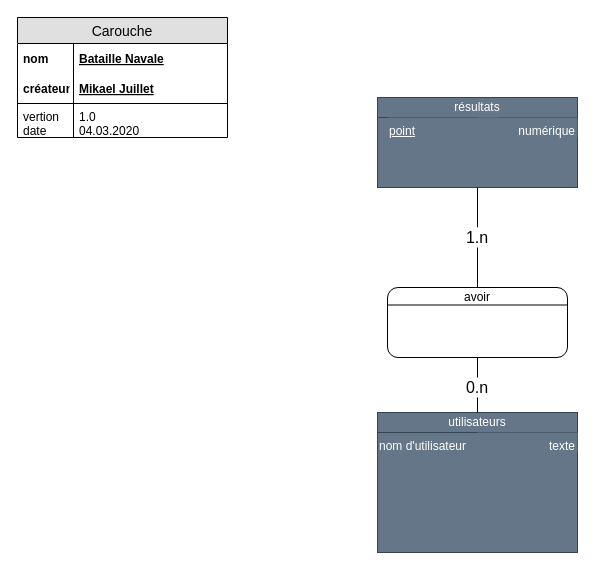
This is doc/use case/MCD/Bataille-Navale_Mikael.Juillet.drawio from Juillet-Meline/Bataille-Navale, a draw.io file, before an edit. Source tidied: cells renumbered, new cells numbered last; positions are measured from the earlier drawing's top-left corner, leaving out a move shared by most shapes. Both pictures are drawn from the tidied source at 100%, with x=0, y=0 at pixel (17, 17).
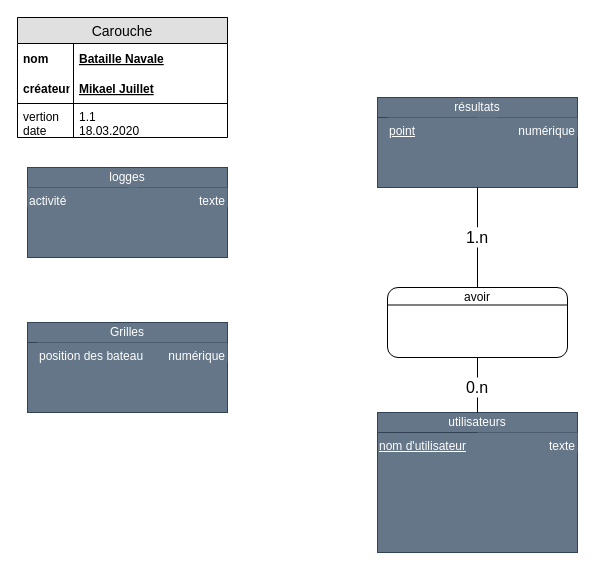
The same diagram, later.

Unchanged cells that the change refers to:
```xml
<mxCell id="6" style="group;fillColor=#647687;strokeColor=none;fontColor=#ffffff;" parent="1" vertex="1">
  <mxGeometry x="360" y="395" width="200" height="140" as="geometry" />
</mxCell>
<mxCell id="17" value="Carouche" style="swimlane;fontStyle=0;horizontal=1;startSize=26;fillColor=#e0e0e0;swimlaneFillColor=#ffffff;align=center;fontSize=14;" parent="16" vertex="1">
  <mxGeometry width="210" height="120" as="geometry" />
</mxCell>
```

The edit, as a diff of the source:
```diff
@@
-    <mxCell id="9" value="nom d'utilisateur" style="text;html=1;strokeColor=none;fillColor=none;align=left;verticalAlign=top;whiteSpace=wrap;rounded=0;fontColor=#ffffff;" parent="6" vertex="1">
+    <mxCell id="9" value="&lt;u&gt;nom d'utilisateur&lt;/u&gt;" style="text;html=1;strokeColor=none;fillColor=none;align=left;verticalAlign=top;whiteSpace=wrap;rounded=0;fontColor=#ffffff;" parent="6" vertex="1">
       <mxGeometry y="20" width="100" height="20" as="geometry" />
     </mxCell>
@@
-    <mxCell id="22" value="1.0&#10;04.03.2020" style="shape=partialRectangle;top=0;left=0;right=0;bottom=0;align=left;verticalAlign=top;fillColor=none;spacingLeft=60;spacingRight=4;overflow=hidden;fontSize=12;" parent="17" vertex="1">
+    <mxCell id="22" value="1.1&#10;18.03.2020" style="shape=partialRectangle;top=0;left=0;right=0;bottom=0;align=left;verticalAlign=top;fillColor=none;spacingLeft=60;spacingRight=4;overflow=hidden;fontSize=12;" parent="17" vertex="1">
       <mxGeometry y="86" width="210" height="34" as="geometry" />
     </mxCell>
@@
+    <mxCell id="29" style="group;fillColor=#647687;strokeColor=none;fontColor=#ffffff;" parent="1" vertex="1">
+      <mxGeometry x="10" y="150" width="200" height="90" as="geometry" />
+    </mxCell>
+    <mxCell id="30" value="&lt;div style=&quot;box-sizing: border-box ; width: 100% ; padding: 2px&quot;&gt;&lt;br&gt;&lt;/div&gt;" style="verticalAlign=top;align=center;overflow=fill;html=1;rounded=0;shadow=0;comic=0;labelBackgroundColor=none;strokeColor=#314354;strokeWidth=1;fillColor=#647687;fontFamily=Verdana;fontSize=12;fontColor=#ffffff;" parent="29" vertex="1">
+      <mxGeometry width="200" height="90" as="geometry" />
+    </mxCell>
+    <mxCell id="31" value="logges" style="rounded=0;whiteSpace=wrap;html=1;fillColor=#647687;strokeColor=#314354;fontColor=#ffffff;" parent="29" vertex="1">
+      <mxGeometry width="200" height="20" as="geometry" />
+    </mxCell>
+    <mxCell id="32" value="activité" style="text;html=1;strokeColor=none;fillColor=#647687;align=left;verticalAlign=top;whiteSpace=wrap;rounded=0;fontColor=#ffffff;" parent="29" vertex="1">
+      <mxGeometry y="20" width="110" height="20" as="geometry" />
+    </mxCell>
+    <mxCell id="33" value="texte" style="text;html=1;strokeColor=none;fillColor=#647687;align=right;verticalAlign=top;whiteSpace=wrap;rounded=0;fontColor=#ffffff;" parent="29" vertex="1">
+      <mxGeometry x="100" y="20" width="100" height="20" as="geometry" />
+    </mxCell>
+    <mxCell id="34" style="group;fillColor=#647687;strokeColor=none;fontColor=#ffffff;" parent="1" vertex="1">
+      <mxGeometry x="10" y="305" width="200" height="90" as="geometry" />
+    </mxCell>
+    <mxCell id="35" value="&lt;div style=&quot;box-sizing: border-box ; width: 100% ; padding: 2px&quot;&gt;&lt;br&gt;&lt;/div&gt;" style="verticalAlign=top;align=center;overflow=fill;html=1;rounded=0;shadow=0;comic=0;labelBackgroundColor=none;strokeColor=#314354;strokeWidth=1;fillColor=#647687;fontFamily=Verdana;fontSize=12;fontColor=#ffffff;" parent="34" vertex="1">
+      <mxGeometry width="200" height="90" as="geometry" />
+    </mxCell>
+    <mxCell id="36" value="Grilles" style="rounded=0;whiteSpace=wrap;html=1;fillColor=#647687;strokeColor=#314354;fontColor=#ffffff;" parent="34" vertex="1">
+      <mxGeometry width="200" height="20" as="geometry" />
+    </mxCell>
+    <mxCell id="37" value="position des bateau&amp;nbsp;" style="text;html=1;strokeColor=none;fillColor=#647687;align=left;verticalAlign=top;whiteSpace=wrap;rounded=0;fontColor=#ffffff;" parent="34" vertex="1">
+      <mxGeometry x="10" y="20" width="130" height="20" as="geometry" />
+    </mxCell>
+    <mxCell id="38" value="numérique" style="text;html=1;strokeColor=none;fillColor=#647687;align=right;verticalAlign=top;whiteSpace=wrap;rounded=0;fontColor=#ffffff;" parent="34" vertex="1">
+      <mxGeometry x="140" y="20" width="60" height="20" as="geometry" />
+    </mxCell>
```
